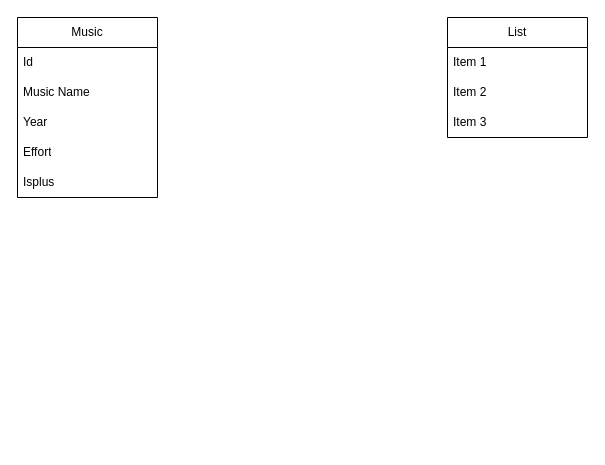
Above: Untitled Diagram.drawio in nemenxius/git_test (draw.io), before the change. Source tidied: cells renumbered, new cells numbered last; positions are measured from the earlier drawing's top-left corner, leaving out a move shared by most shapes. Both pictures are drawn from the tidied source at 100%, with x=0, y=0 at pixel (17, 17).
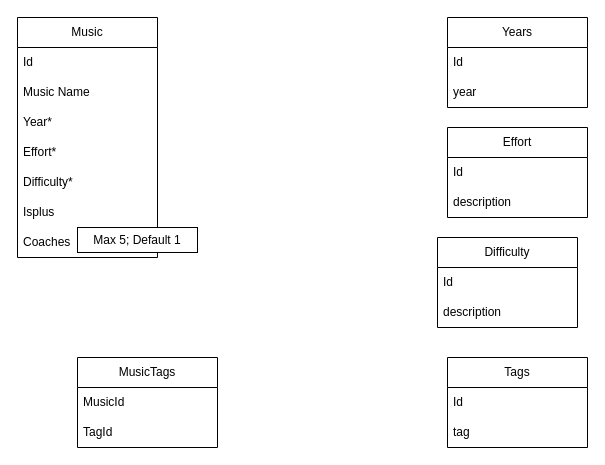
The same diagram, later.

The edit, as a diff of the source:
```diff
@@
     <mxCell id="2" value="Music" style="swimlane;fontStyle=0;horizontal=1;startSize=30;whiteSpace=wrap;html=1;" parent="1" vertex="1">
-      <mxGeometry width="140" height="180" as="geometry" />
+      <mxGeometry width="140" height="240" as="geometry" />
     </mxCell>
@@
-    <mxCell id="5" value="Year" style="text;strokeColor=none;fillColor=none;align=left;verticalAlign=middle;spacingLeft=4;spacingRight=4;overflow=hidden;whiteSpace=wrap;html=1;" parent="2" vertex="1">
+    <mxCell id="5" value="Year*" style="text;strokeColor=none;fillColor=none;align=left;verticalAlign=middle;spacingLeft=4;spacingRight=4;overflow=hidden;whiteSpace=wrap;html=1;" parent="2" vertex="1">
       <mxGeometry y="90" width="140" height="30" as="geometry" />
     </mxCell>
-    <mxCell id="6" value="Effort" style="text;strokeColor=none;fillColor=none;align=left;verticalAlign=middle;spacingLeft=4;spacingRight=4;overflow=hidden;whiteSpace=wrap;html=1;" parent="2" vertex="1">
+    <mxCell id="6" value="Effort*" style="text;strokeColor=none;fillColor=none;align=left;verticalAlign=middle;spacingLeft=4;spacingRight=4;overflow=hidden;whiteSpace=wrap;html=1;" parent="2" vertex="1">
       <mxGeometry y="120" width="140" height="30" as="geometry" />
     </mxCell>
+    <mxCell id="12" value="Difficulty*" style="text;strokeColor=none;fillColor=none;align=left;verticalAlign=middle;spacingLeft=4;spacingRight=4;overflow=hidden;whiteSpace=wrap;html=1;" parent="2" vertex="1">
+      <mxGeometry y="150" width="140" height="30" as="geometry" />
+    </mxCell>
     <mxCell id="7" value="Isplus" style="text;strokeColor=none;fillColor=none;align=left;verticalAlign=middle;spacingLeft=4;spacingRight=4;overflow=hidden;whiteSpace=wrap;html=1;" parent="2" vertex="1">
-      <mxGeometry y="150" width="140" height="30" as="geometry" />
+      <mxGeometry y="180" width="140" height="30" as="geometry" />
     </mxCell>
+    <mxCell id="13" value="Coaches" style="text;strokeColor=none;fillColor=none;align=left;verticalAlign=middle;spacingLeft=4;spacingRight=4;overflow=hidden;whiteSpace=wrap;html=1;" parent="2" vertex="1">
+      <mxGeometry y="210" width="140" height="30" as="geometry" />
+    </mxCell>
-    <mxCell id="8" value="List" style="swimlane;fontStyle=0;horizontal=1;startSize=30;whiteSpace=wrap;html=1;" parent="1" vertex="1">
-      <mxGeometry x="430" width="140" height="120" as="geometry" />
+    <mxCell id="8" value="Years" style="swimlane;fontStyle=0;horizontal=1;startSize=30;whiteSpace=wrap;html=1;" parent="1" vertex="1">
+      <mxGeometry x="430" width="140" height="90" as="geometry" />
     </mxCell>
-    <mxCell id="9" value="Item 1" style="text;strokeColor=none;fillColor=none;align=left;verticalAlign=middle;spacingLeft=4;spacingRight=4;overflow=hidden;whiteSpace=wrap;html=1;" parent="8" vertex="1">
-      <mxGeometry y="30" width="140" height="30" as="geometry" />
-    </mxCell>
-    <mxCell id="10" value="Item 2" style="text;strokeColor=none;fillColor=none;align=left;verticalAlign=middle;spacingLeft=4;spacingRight=4;overflow=hidden;whiteSpace=wrap;html=1;" parent="8" vertex="1">
-      <mxGeometry y="60" width="140" height="30" as="geometry" />
-    </mxCell>
-    <mxCell id="11" value="Item 3" style="text;strokeColor=none;fillColor=none;align=left;verticalAlign=middle;spacingLeft=4;spacingRight=4;overflow=hidden;whiteSpace=wrap;html=1;" parent="8" vertex="1">
-      <mxGeometry y="90" width="140" height="30" as="geometry" />
+    <mxCell id="11" value="Id" style="text;strokeColor=none;fillColor=none;align=left;verticalAlign=middle;spacingLeft=4;spacingRight=4;overflow=hidden;whiteSpace=wrap;html=1;" parent="8" vertex="1">
+      <mxGeometry y="30" width="140" height="30" as="geometry" />
     </mxCell>
+    <mxCell id="14" value="year" style="text;strokeColor=none;fillColor=none;align=left;verticalAlign=middle;spacingLeft=4;spacingRight=4;overflow=hidden;whiteSpace=wrap;html=1;" parent="8" vertex="1">
+      <mxGeometry y="60" width="140" height="30" as="geometry" />
+    </mxCell>
+    <mxCell id="15" value="Max 5; Default 1" style="rounded=0;whiteSpace=wrap;html=1;" parent="1" vertex="1">
+      <mxGeometry x="60" y="210" width="120" height="25" as="geometry" />
+    </mxCell>
+    <mxCell id="16" value="Effort" style="swimlane;fontStyle=0;horizontal=1;startSize=30;whiteSpace=wrap;html=1;" parent="1" vertex="1">
+      <mxGeometry x="430" y="110" width="140" height="90" as="geometry" />
+    </mxCell>
+    <mxCell id="17" value="Id" style="text;strokeColor=none;fillColor=none;align=left;verticalAlign=middle;spacingLeft=4;spacingRight=4;overflow=hidden;whiteSpace=wrap;html=1;" parent="16" vertex="1">
+      <mxGeometry y="30" width="140" height="30" as="geometry" />
+    </mxCell>
+    <mxCell id="18" value="description" style="text;strokeColor=none;fillColor=none;align=left;verticalAlign=middle;spacingLeft=4;spacingRight=4;overflow=hidden;whiteSpace=wrap;html=1;" parent="16" vertex="1">
+      <mxGeometry y="60" width="140" height="30" as="geometry" />
+    </mxCell>
+    <mxCell id="19" value="Difficulty" style="swimlane;fontStyle=0;horizontal=1;startSize=30;whiteSpace=wrap;html=1;" parent="1" vertex="1">
+      <mxGeometry x="420" y="220" width="140" height="90" as="geometry" />
+    </mxCell>
+    <mxCell id="20" value="Id" style="text;strokeColor=none;fillColor=none;align=left;verticalAlign=middle;spacingLeft=4;spacingRight=4;overflow=hidden;whiteSpace=wrap;html=1;" parent="19" vertex="1">
+      <mxGeometry y="30" width="140" height="30" as="geometry" />
+    </mxCell>
+    <mxCell id="21" value="description" style="text;strokeColor=none;fillColor=none;align=left;verticalAlign=middle;spacingLeft=4;spacingRight=4;overflow=hidden;whiteSpace=wrap;html=1;" parent="19" vertex="1">
+      <mxGeometry y="60" width="140" height="30" as="geometry" />
+    </mxCell>
+    <mxCell id="22" value="Tags" style="swimlane;fontStyle=0;horizontal=1;startSize=30;whiteSpace=wrap;html=1;" parent="1" vertex="1">
+      <mxGeometry x="430" y="340" width="140" height="90" as="geometry" />
+    </mxCell>
+    <mxCell id="23" value="Id" style="text;strokeColor=none;fillColor=none;align=left;verticalAlign=middle;spacingLeft=4;spacingRight=4;overflow=hidden;whiteSpace=wrap;html=1;" parent="22" vertex="1">
+      <mxGeometry y="30" width="140" height="30" as="geometry" />
+    </mxCell>
+    <mxCell id="24" value="tag" style="text;strokeColor=none;fillColor=none;align=left;verticalAlign=middle;spacingLeft=4;spacingRight=4;overflow=hidden;whiteSpace=wrap;html=1;" parent="22" vertex="1">
+      <mxGeometry y="60" width="140" height="30" as="geometry" />
+    </mxCell>
+    <mxCell id="25" value="MusicTags" style="swimlane;fontStyle=0;horizontal=1;startSize=30;whiteSpace=wrap;html=1;" parent="1" vertex="1">
+      <mxGeometry x="60" y="340" width="140" height="90" as="geometry" />
+    </mxCell>
+    <mxCell id="26" value="MusicId" style="text;strokeColor=none;fillColor=none;align=left;verticalAlign=middle;spacingLeft=4;spacingRight=4;overflow=hidden;whiteSpace=wrap;html=1;" parent="25" vertex="1">
+      <mxGeometry y="30" width="140" height="30" as="geometry" />
+    </mxCell>
+    <mxCell id="27" value="TagId" style="text;strokeColor=none;fillColor=none;align=left;verticalAlign=middle;spacingLeft=4;spacingRight=4;overflow=hidden;whiteSpace=wrap;html=1;" parent="25" vertex="1">
+      <mxGeometry y="60" width="140" height="30" as="geometry" />
+    </mxCell>
```
